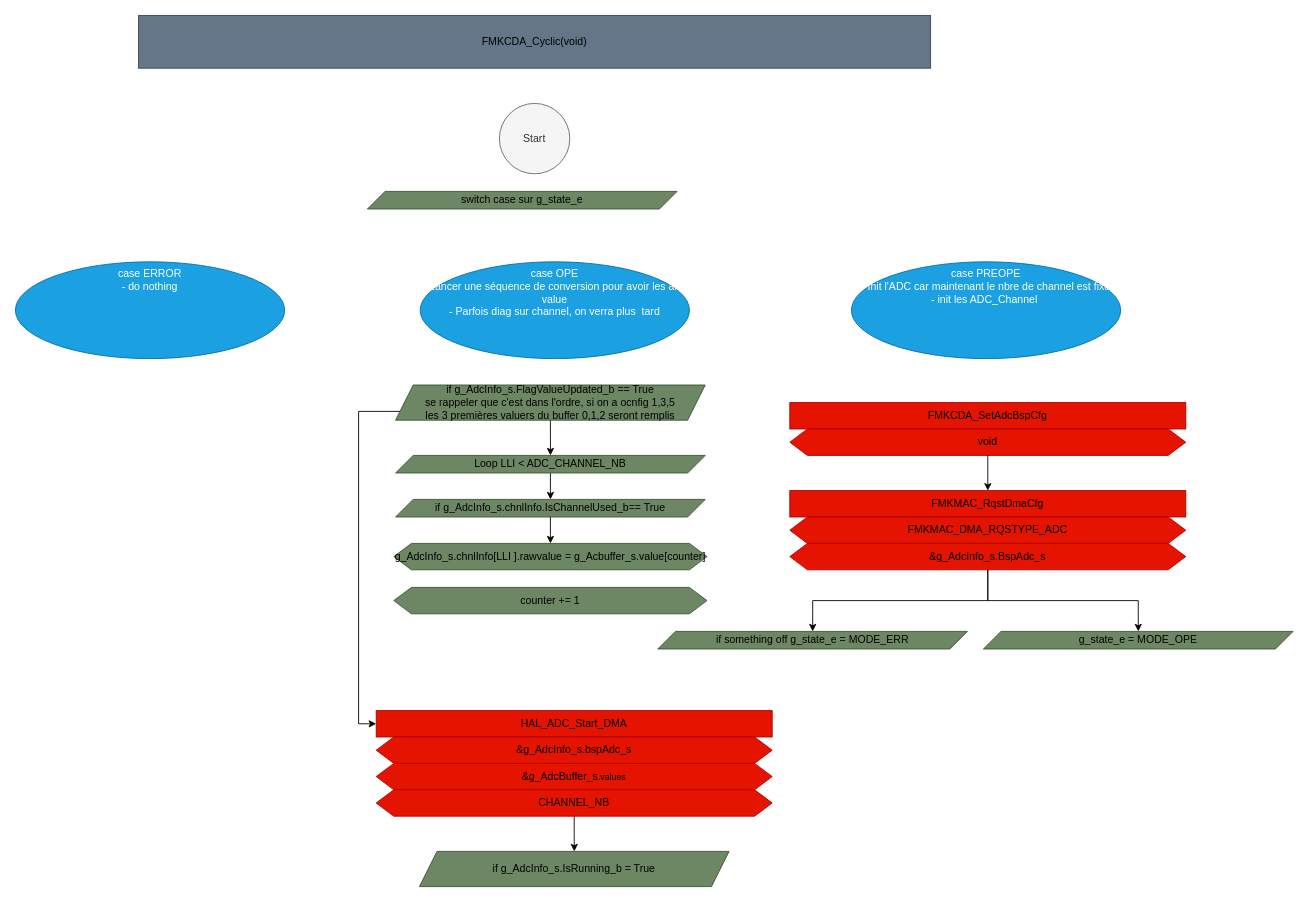
Before: page "Func_Cyclic" (6 of 8) of src/1_FMK/FMK_HAL/FMK_CDA/Doc/FMK_CDA.drawio in mbarbeau0545/PickersRobotPOC, a draw.io diagram. Source tidied: cells renumbered, new cells numbered last; positions are measured from the earlier drawing's top-left corner, leaving out a move shared by most shapes. Both pictures are drawn from the tidied source at 88%, with x=0, y=0 at pixel (15, 15).
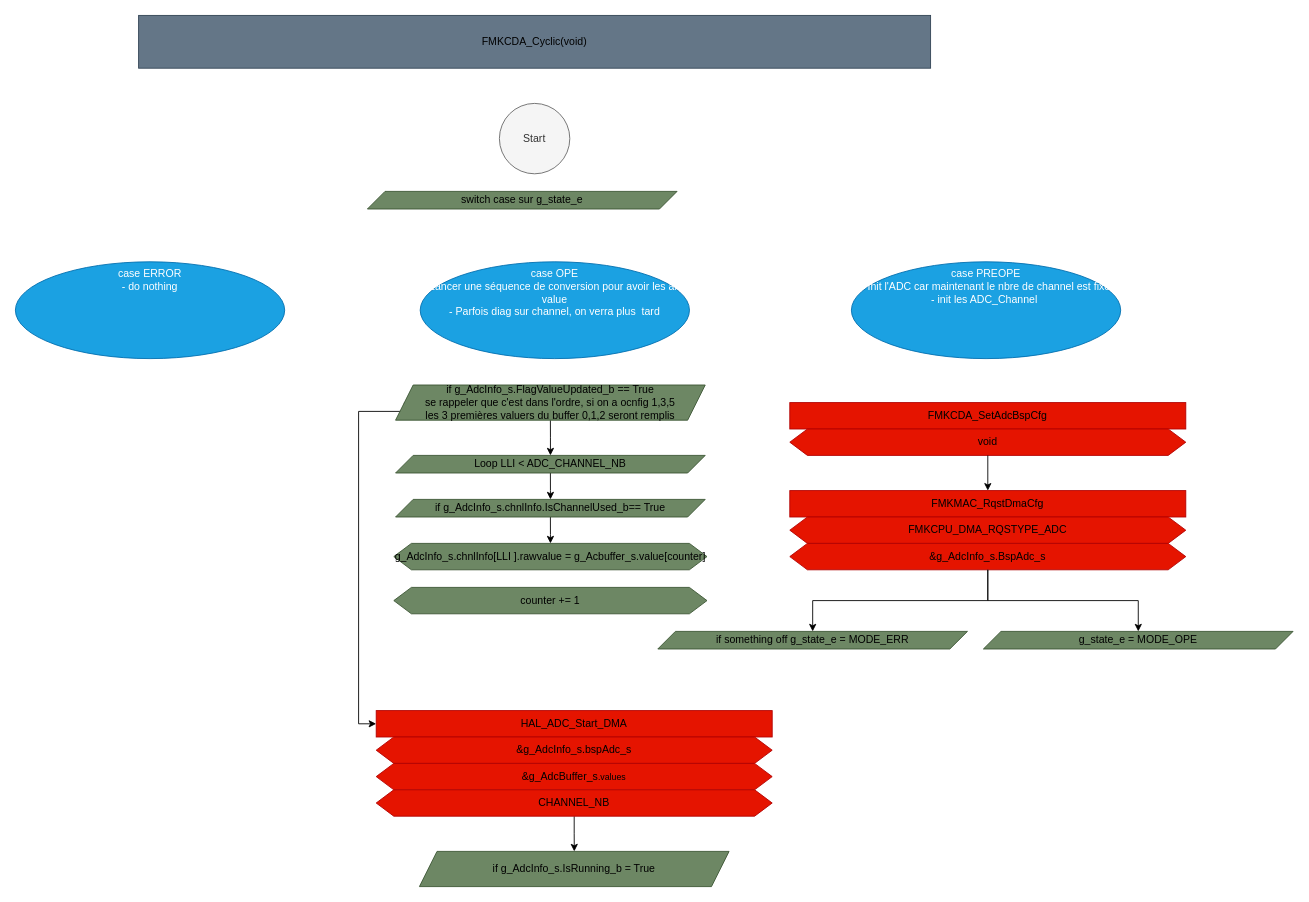
Above is the later version.

Unchanged cells that the change refers to:
```xml
<mxCell id="11" style="group;" parent="10" vertex="1">
  <mxGeometry width="450" height="60" as="geometry" />
</mxCell>
```

The edit, as a diff of the source:
```diff
@@
-    <mxCell id="13" value="&lt;div style=&quot;text-align: left;&quot;&gt;&lt;span style=&quot;text-align: center;&quot;&gt;FMKMAC_DMA_RQSTYPE_ADC&lt;/span&gt;&lt;br&gt;&lt;/div&gt;" style="shape=hexagon;perimeter=hexagonPerimeter2;whiteSpace=wrap;html=1;fixedSize=1;fillColor=#e51400;fontColor=#000000;strokeColor=#B20000;" parent="11" vertex="1">
+    <mxCell id="13" value="&lt;div style=&quot;text-align: left;&quot;&gt;&lt;span style=&quot;text-align: center;&quot;&gt;FMKCPU_DMA_RQSTYPE_ADC&lt;/span&gt;&lt;br&gt;&lt;/div&gt;" style="shape=hexagon;perimeter=hexagonPerimeter2;whiteSpace=wrap;html=1;fixedSize=1;fillColor=#e51400;fontColor=#000000;strokeColor=#B20000;" parent="11" vertex="1">
       <mxGeometry y="30" width="450" height="30" as="geometry" />
     </mxCell>
```
